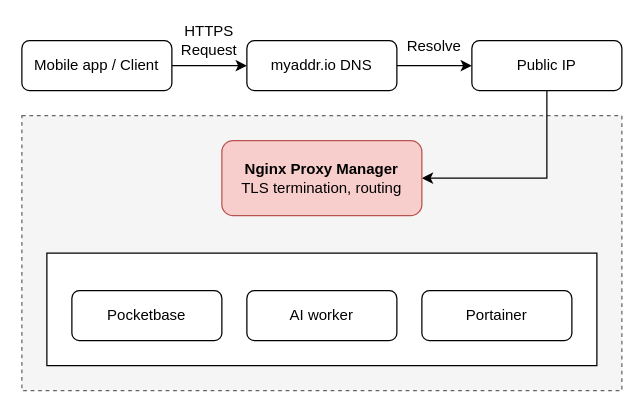
The draw.io diagram RespirAI-ServerInfrastructure.drawio in lukas0173/Draw.io, before the edit. Source tidied: cells renumbered, new cells numbered last; positions are measured from the earlier drawing's top-left corner, leaving out a move shared by most shapes. Both pictures are drawn from the tidied source at 125%, with x=0, y=0 at pixel (21, 21).
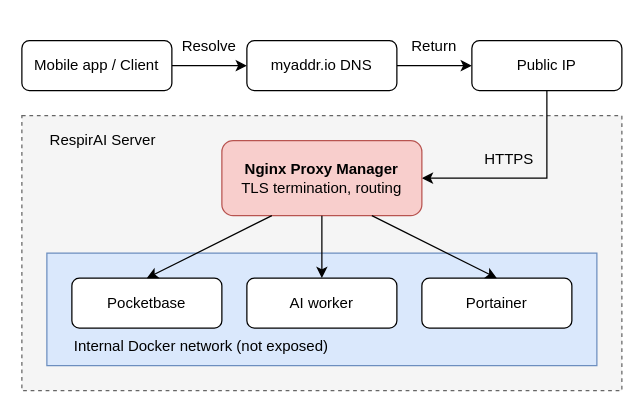
After the change.

The change refers to these unchanged cells:
```xml
<mxCell id="10" value="&lt;b&gt;Nginx Proxy Manager&lt;/b&gt;&lt;br&gt;TLS termination, routing" style="rounded=1;whiteSpace=wrap;html=1;fillColor=#f8cecc;strokeColor=#b85450;" parent="1" vertex="1">
  <mxGeometry x="160" y="95" width="160" height="60" as="geometry" />
</mxCell>
```

The edit, as a diff of the source:
```diff
@@
-    <mxCell id="9" value="HTTPS Request" style="text;html=1;whiteSpace=wrap;strokeColor=none;fillColor=none;align=center;verticalAlign=middle;rounded=0;" parent="1" vertex="1">
-      <mxGeometry x="120" width="60" height="30" as="geometry" />
+    <mxCell id="9" value="Resolve" style="text;html=1;whiteSpace=wrap;strokeColor=none;fillColor=none;align=center;verticalAlign=middle;rounded=0;" parent="1" vertex="1">
+      <mxGeometry x="120" y="5" width="60" height="30" as="geometry" />
     </mxCell>
@@
-    <mxCell id="11" value="Resolve" style="text;html=1;whiteSpace=wrap;strokeColor=none;fillColor=none;align=center;verticalAlign=middle;rounded=0;" parent="1" vertex="1">
+    <mxCell id="11" value="Return" style="text;html=1;whiteSpace=wrap;strokeColor=none;fillColor=none;align=center;verticalAlign=middle;rounded=0;" parent="1" vertex="1">
       <mxGeometry x="300" y="5" width="60" height="30" as="geometry" />
     </mxCell>
-    <mxCell id="12" style="rounded=0;whiteSpace=wrap;html=1;" parent="1" vertex="1">
+    <mxCell id="12" style="rounded=0;whiteSpace=wrap;html=1;fillColor=#dae8fc;strokeColor=#6c8ebf;" parent="1" vertex="1">
       <mxGeometry x="20" y="185" width="440" height="90" as="geometry" />
     </mxCell>
     <mxCell id="13" value="Pocketbase" style="rounded=1;whiteSpace=wrap;html=1;" parent="1" vertex="1">
-      <mxGeometry x="40" y="215" width="120" height="40" as="geometry" />
+      <mxGeometry x="40" y="205" width="120" height="40" as="geometry" />
     </mxCell>
     <mxCell id="14" value="AI worker" style="rounded=1;whiteSpace=wrap;html=1;" parent="1" vertex="1">
-      <mxGeometry x="180" y="215" width="120" height="40" as="geometry" />
+      <mxGeometry x="180" y="205" width="120" height="40" as="geometry" />
     </mxCell>
     <mxCell id="15" value="Portainer" style="rounded=1;whiteSpace=wrap;html=1;" parent="1" vertex="1">
-      <mxGeometry x="320" y="215" width="120" height="40" as="geometry" />
+      <mxGeometry x="320" y="205" width="120" height="40" as="geometry" />
     </mxCell>
+    <mxCell id="16" style="endArrow=classic;html=1;rounded=0;exitX=0.25;exitY=1;exitDx=0;exitDy=0;entryX=0.5;entryY=0;entryDx=0;entryDy=0;" parent="1" edge="1" source="10" target="13">
+      <mxGeometry relative="1" as="geometry" />
+    </mxCell>
+    <mxCell id="17" style="endArrow=classic;html=1;rounded=0;exitX=0.25;exitY=1;exitDx=0;exitDy=0;entryX=0.5;entryY=0;entryDx=0;entryDy=0;" parent="1" edge="1" target="14">
+      <mxGeometry relative="1" as="geometry">
+        <mxPoint x="240" y="155" as="sourcePoint" />
+      </mxGeometry>
+    </mxCell>
+    <mxCell id="18" style="endArrow=classic;html=1;rounded=0;exitX=0.75;exitY=1;exitDx=0;exitDy=0;entryX=0.5;entryY=0;entryDx=0;entryDy=0;" parent="1" edge="1" source="10" target="15">
+      <mxGeometry relative="1" as="geometry" />
+    </mxCell>
+    <mxCell id="19" value="RespirAI Server" style="text;html=1;whiteSpace=wrap;strokeColor=none;fillColor=none;align=center;verticalAlign=middle;rounded=0;" parent="1" vertex="1">
+      <mxGeometry x="20" y="80" width="90" height="30" as="geometry" />
+    </mxCell>
+    <mxCell id="20" value="Internal Docker network (not exposed)" style="text;html=1;whiteSpace=wrap;strokeColor=none;fillColor=none;align=left;verticalAlign=middle;rounded=0;" parent="1" vertex="1">
+      <mxGeometry x="40" y="245" width="210" height="30" as="geometry" />
+    </mxCell>
+    <mxCell id="21" value="HTTPS" style="text;html=1;whiteSpace=wrap;strokeColor=none;fillColor=none;align=center;verticalAlign=middle;rounded=0;" parent="1" vertex="1">
+      <mxGeometry x="360" y="95" width="60" height="30" as="geometry" />
+    </mxCell>
```
